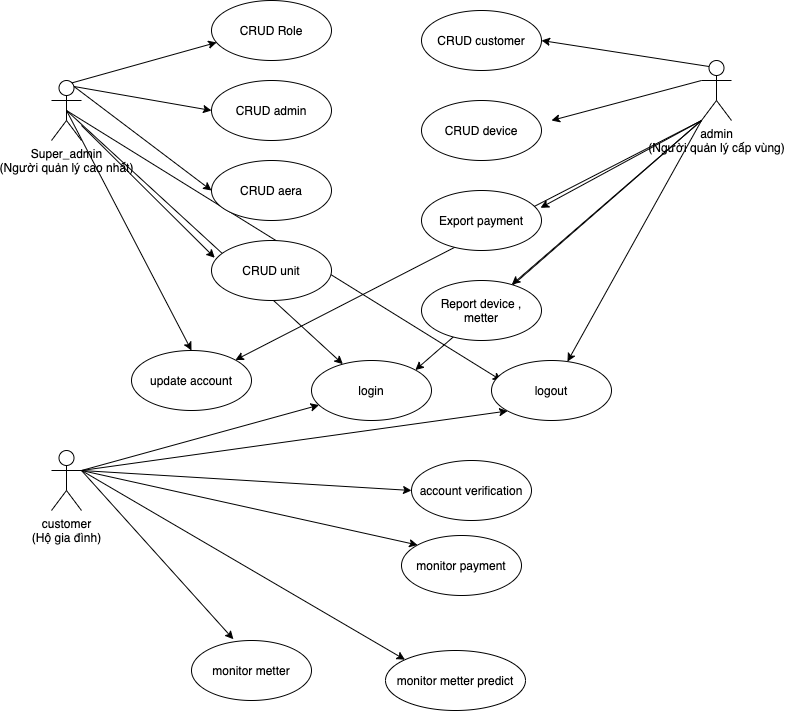
Earlier version of the draw.io export usecase.png (akirakyohei/Smart-Energy-Monitor). Source tidied: cells renumbered, new cells last; positions are measured from the earlier drawing's top-left corner, leaving out a move shared by most shapes.
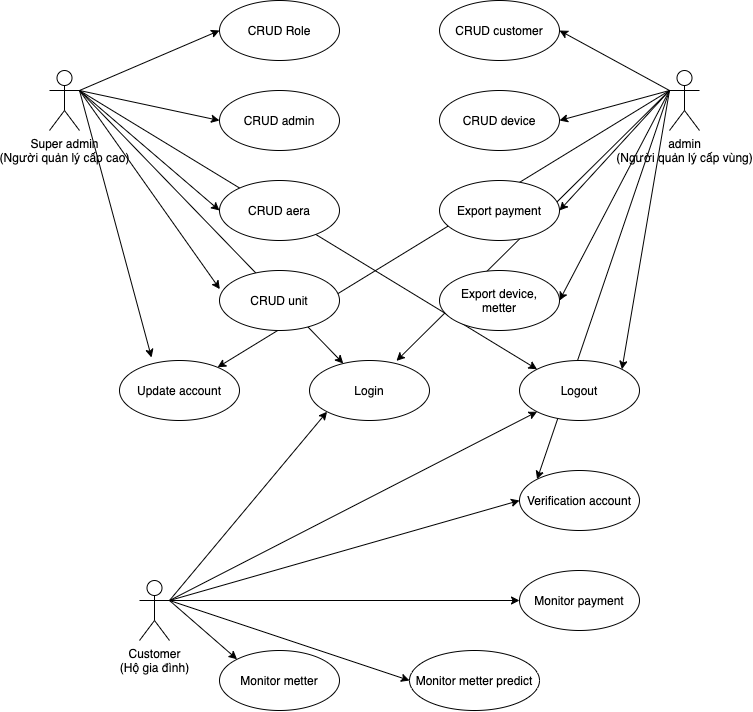
Above is the later version.

Diff of the diagram source:
```diff
@@ -2,121 +2,122 @@
   <root>
     <mxCell id="0" />
     <mxCell id="1" parent="0" />
+    <mxCell id="23" style="edgeStyle=none;html=1;exitX=1;exitY=0.3333333333333333;exitDx=0;exitDy=0;exitPerimeter=0;entryX=0;entryY=0.5;entryDx=0;entryDy=0;" parent="1" edge="1" source="40" target="4">
+      <mxGeometry relative="1" as="geometry" />
+    </mxCell>
+    <mxCell id="24" style="edgeStyle=none;html=1;exitX=1;exitY=0.3333333333333333;exitDx=0;exitDy=0;exitPerimeter=0;entryX=0;entryY=0.5;entryDx=0;entryDy=0;" parent="1" edge="1" source="40" target="5">
+      <mxGeometry relative="1" as="geometry" />
+    </mxCell>
+    <mxCell id="14" style="edgeStyle=none;html=1;exitX=1;exitY=0.3333333333333333;exitDx=0;exitDy=0;exitPerimeter=0;entryX=0;entryY=0.5;entryDx=0;entryDy=0;" parent="1" edge="1" source="40" target="6">
+      <mxGeometry relative="1" as="geometry" />
+    </mxCell>
+    <mxCell id="15" style="edgeStyle=none;html=1;exitX=1;exitY=0.3333333333333333;exitDx=0;exitDy=0;exitPerimeter=0;entryX=0.003;entryY=0.311;entryDx=0;entryDy=0;entryPerimeter=0;" parent="1" edge="1" source="40" target="7">
+      <mxGeometry relative="1" as="geometry" />
+    </mxCell>
+    <mxCell id="16" style="edgeStyle=none;html=1;exitX=1;exitY=0.3333333333333333;exitDx=0;exitDy=0;exitPerimeter=0;entryX=0.267;entryY=-0.05;entryDx=0;entryDy=0;entryPerimeter=0;" parent="1" edge="1" source="40" target="10">
+      <mxGeometry relative="1" as="geometry" />
+    </mxCell>
+    <mxCell id="25" style="edgeStyle=none;html=1;exitX=1;exitY=0.3333333333333333;exitDx=0;exitDy=0;exitPerimeter=0;" parent="1" edge="1" source="40" target="44">
+      <mxGeometry relative="1" as="geometry" />
+    </mxCell>
+    <mxCell id="17" style="edgeStyle=none;html=1;exitX=1;exitY=0.3333333333333333;exitDx=0;exitDy=0;exitPerimeter=0;entryX=0;entryY=0;entryDx=0;entryDy=0;" parent="1" edge="1" source="40" target="21">
+      <mxGeometry relative="1" as="geometry" />
+    </mxCell>
+    <mxCell id="40" value="Super admin&lt;br&gt;(Người quản lý cấp cao)" style="shape=umlActor;verticalLabelPosition=bottom;verticalAlign=top;html=1;outlineConnect=0;" parent="1" vertex="1">
+      <mxGeometry x="-10" y="80" width="30" height="60" as="geometry" />
+    </mxCell>
+    <mxCell id="32" style="edgeStyle=none;html=1;exitX=0;exitY=0.3333333333333333;exitDx=0;exitDy=0;exitPerimeter=0;entryX=1;entryY=0.5;entryDx=0;entryDy=0;" parent="1" edge="1" source="43" target="12">
+      <mxGeometry relative="1" as="geometry" />
+    </mxCell>
+    <mxCell id="41" style="edgeStyle=none;html=1;exitX=0;exitY=0.3333333333333333;exitDx=0;exitDy=0;exitPerimeter=0;entryX=1;entryY=0.5;entryDx=0;entryDy=0;" parent="1" edge="1" source="43" target="8">
+      <mxGeometry relative="1" as="geometry" />
+    </mxCell>
+    <mxCell id="33" style="edgeStyle=none;html=1;exitX=0;exitY=0.3333333333333333;exitDx=0;exitDy=0;exitPerimeter=0;entryX=1;entryY=0.5;entryDx=0;entryDy=0;" parent="1" edge="1" source="43" target="9">
+      <mxGeometry relative="1" as="geometry" />
+    </mxCell>
+    <mxCell id="34" style="edgeStyle=none;html=1;exitX=0;exitY=0.3333333333333333;exitDx=0;exitDy=0;exitPerimeter=0;entryX=1;entryY=0.5;entryDx=0;entryDy=0;" parent="1" edge="1" source="43" target="13">
+      <mxGeometry relative="1" as="geometry" />
+    </mxCell>
+    <mxCell id="35" style="edgeStyle=none;html=1;exitX=0;exitY=0.3333333333333333;exitDx=0;exitDy=0;exitPerimeter=0;entryX=1;entryY=0;entryDx=0;entryDy=0;" parent="1" edge="1" source="43" target="21">
+      <mxGeometry relative="1" as="geometry" />
+    </mxCell>
+    <mxCell id="42" style="edgeStyle=none;html=1;exitX=0;exitY=0.3333333333333333;exitDx=0;exitDy=0;exitPerimeter=0;entryX=0.725;entryY=0.006;entryDx=0;entryDy=0;entryPerimeter=0;" parent="1" edge="1" source="43" target="44">
+      <mxGeometry relative="1" as="geometry" />
+    </mxCell>
+    <mxCell id="36" style="edgeStyle=none;html=1;exitX=0;exitY=0.3333333333333333;exitDx=0;exitDy=0;exitPerimeter=0;" parent="1" edge="1" source="43" target="10">
+      <mxGeometry relative="1" as="geometry" />
+    </mxCell>
-    <mxCell id="2" style="edgeStyle=none;html=1;exitX=0.5;exitY=0.5;exitDx=0;exitDy=0;exitPerimeter=0;entryX=0.083;entryY=0.333;entryDx=0;entryDy=0;entryPerimeter=0;" parent="1" edge="1" source="12" target="38">
+    <mxCell id="2" style="edgeStyle=none;html=1;exitX=0;exitY=0.3333333333333333;exitDx=0;exitDy=0;exitPerimeter=0;entryX=0;entryY=0;entryDx=0;entryDy=0;" parent="1" edge="1" source="43" target="47">
       <mxGeometry relative="1" as="geometry" />
     </mxCell>
-    <mxCell id="3" style="edgeStyle=none;html=1;exitX=0.5;exitY=0.5;exitDx=0;exitDy=0;exitPerimeter=0;" parent="1" edge="1" source="12" target="37">
-      <mxGeometry relative="1" as="geometry" />
-    </mxCell>
+    <mxCell id="43" value="admin&lt;br&gt;(Người quản lý cấp vùng)" style="shape=umlActor;verticalLabelPosition=bottom;verticalAlign=top;html=1;outlineConnect=0;" parent="1" vertex="1">
+      <mxGeometry x="610" y="80" width="30" height="60" as="geometry" />
+    </mxCell>
     <mxCell id="4" value="CRUD Role" style="ellipse;whiteSpace=wrap;html=1;" parent="1" vertex="1">
-      <mxGeometry x="160" width="120" height="60" as="geometry" />
+      <mxGeometry x="160" y="10" width="120" height="60" as="geometry" />
     </mxCell>
     <mxCell id="5" value="CRUD admin" style="ellipse;whiteSpace=wrap;html=1;" parent="1" vertex="1">
-      <mxGeometry x="160" y="80" width="120" height="60" as="geometry" />
+      <mxGeometry x="160" y="100" width="120" height="60" as="geometry" />
     </mxCell>
     <mxCell id="6" value="CRUD aera" style="ellipse;whiteSpace=wrap;html=1;" parent="1" vertex="1">
-      <mxGeometry x="160" y="160" width="120" height="60" as="geometry" />
+      <mxGeometry x="160" y="190" width="120" height="60" as="geometry" />
     </mxCell>
     <mxCell id="7" value="CRUD unit" style="ellipse;whiteSpace=wrap;html=1;" parent="1" vertex="1">
-      <mxGeometry x="160" y="240" width="120" height="60" as="geometry" />
+      <mxGeometry x="160" y="280" width="120" height="60" as="geometry" />
     </mxCell>
+    <mxCell id="12" value="CRUD customer" style="ellipse;whiteSpace=wrap;html=1;" parent="1" vertex="1">
+      <mxGeometry x="380" y="10" width="120" height="60" as="geometry" />
+    </mxCell>
-    <mxCell id="8" style="edgeStyle=none;html=1;exitX=0.25;exitY=0.1;exitDx=0;exitDy=0;exitPerimeter=0;entryX=0.043;entryY=0.699;entryDx=0;entryDy=0;entryPerimeter=0;" parent="1" edge="1" source="12" target="4">
-      <mxGeometry relative="1" as="geometry" />
+    <mxCell id="8" value="CRUD device" style="ellipse;whiteSpace=wrap;html=1;" parent="1" vertex="1">
+      <mxGeometry x="380" y="100" width="120" height="60" as="geometry" />
     </mxCell>
+    <mxCell id="13" value="Export device,&lt;br&gt;metter" style="ellipse;whiteSpace=wrap;html=1;" parent="1" vertex="1">
+      <mxGeometry x="380" y="280" width="120" height="60" as="geometry" />
+    </mxCell>
-    <mxCell id="9" style="edgeStyle=none;html=1;exitX=0.75;exitY=0.1;exitDx=0;exitDy=0;exitPerimeter=0;entryX=0;entryY=0.5;entryDx=0;entryDy=0;" parent="1" edge="1" source="12" target="6">
-      <mxGeometry relative="1" as="geometry" />
+    <mxCell id="9" value="Export payment" style="ellipse;whiteSpace=wrap;html=1;" parent="1" vertex="1">
+      <mxGeometry x="380" y="190" width="120" height="60" as="geometry" />
     </mxCell>
-    <mxCell id="10" style="edgeStyle=none;html=1;exitX=0.75;exitY=0.1;exitDx=0;exitDy=0;exitPerimeter=0;entryX=0;entryY=0.5;entryDx=0;entryDy=0;" parent="1" edge="1" source="12" target="5">
-      <mxGeometry relative="1" as="geometry" />
+    <mxCell id="10" value="Update account" style="ellipse;whiteSpace=wrap;html=1;" parent="1" vertex="1">
+      <mxGeometry x="60" y="370" width="120" height="60" as="geometry" />
     </mxCell>
-    <mxCell id="11" style="edgeStyle=none;html=1;exitX=0.5;exitY=0.5;exitDx=0;exitDy=0;exitPerimeter=0;entryX=0.5;entryY=0;entryDx=0;entryDy=0;" parent="1" edge="1" source="12" target="39">
-      <mxGeometry relative="1" as="geometry" />
-    </mxCell>
-    <mxCell id="12" value="&lt;span&gt;Super_admin&lt;/span&gt;&lt;br&gt;&lt;span&gt;(Người quản lý cao nhất)&lt;/span&gt;" style="shape=umlActor;verticalLabelPosition=bottom;verticalAlign=top;html=1;outlineConnect=0;" parent="1" vertex="1">
-      <mxGeometry y="80" width="30" height="60" as="geometry" />
-    </mxCell>
-    <mxCell id="13" style="edgeStyle=none;html=1;entryX=0.027;entryY=0.288;entryDx=0;entryDy=0;entryPerimeter=0;" parent="1" edge="1" source="12" target="7">
-      <mxGeometry relative="1" as="geometry" />
-    </mxCell>
-    <mxCell id="14" style="edgeStyle=none;html=1;exitX=0.25;exitY=0.1;exitDx=0;exitDy=0;exitPerimeter=0;entryX=1;entryY=0.5;entryDx=0;entryDy=0;" parent="1" edge="1" source="21" target="22">
-      <mxGeometry relative="1" as="geometry" />
-    </mxCell>
-    <mxCell id="15" style="edgeStyle=none;html=1;exitX=0;exitY=0.3333333333333333;exitDx=0;exitDy=0;exitPerimeter=0;" parent="1" edge="1" source="21">
-      <mxGeometry relative="1" as="geometry">
-        <mxPoint x="500" y="120" as="targetPoint" />
-      </mxGeometry>
-    </mxCell>
-    <mxCell id="16" style="edgeStyle=none;html=1;exitX=0;exitY=1;exitDx=0;exitDy=0;exitPerimeter=0;entryX=0.992;entryY=0.288;entryDx=0;entryDy=0;entryPerimeter=0;" parent="1" edge="1" source="21" target="24">
-      <mxGeometry relative="1" as="geometry" />
-    </mxCell>
-    <mxCell id="17" style="edgeStyle=none;html=1;exitX=0;exitY=1;exitDx=0;exitDy=0;exitPerimeter=0;" parent="1" edge="1" source="21" target="25">
-      <mxGeometry relative="1" as="geometry" />
-    </mxCell>
+    <mxCell id="44" value="Login" style="ellipse;whiteSpace=wrap;html=1;" parent="1" vertex="1">
+      <mxGeometry x="250" y="370" width="120" height="60" as="geometry" />
+    </mxCell>
+    <mxCell id="21" value="Logout" style="ellipse;whiteSpace=wrap;html=1;" parent="1" vertex="1">
+      <mxGeometry x="460" y="370" width="120" height="60" as="geometry" />
+    </mxCell>
+    <mxCell id="37" style="edgeStyle=none;html=1;exitX=1;exitY=0.3333333333333333;exitDx=0;exitDy=0;exitPerimeter=0;entryX=0;entryY=1;entryDx=0;entryDy=0;" parent="1" edge="1" source="46" target="44">
+      <mxGeometry relative="1" as="geometry" />
+    </mxCell>
+    <mxCell id="38" style="edgeStyle=none;html=1;exitX=1;exitY=0.3333333333333333;exitDx=0;exitDy=0;exitPerimeter=0;entryX=0;entryY=1;entryDx=0;entryDy=0;" parent="1" edge="1" source="46" target="21">
+      <mxGeometry relative="1" as="geometry" />
+    </mxCell>
+    <mxCell id="45" style="edgeStyle=none;html=1;exitX=1;exitY=0.3333333333333333;exitDx=0;exitDy=0;exitPerimeter=0;entryX=0;entryY=0.5;entryDx=0;entryDy=0;" parent="1" edge="1" source="46" target="47">
+      <mxGeometry relative="1" as="geometry" />
+    </mxCell>
+    <mxCell id="3" style="edgeStyle=none;html=1;exitX=1;exitY=0.3333333333333333;exitDx=0;exitDy=0;exitPerimeter=0;entryX=0;entryY=0.5;entryDx=0;entryDy=0;" parent="1" edge="1" source="46" target="48">
+      <mxGeometry relative="1" as="geometry" />
+    </mxCell>
-    <mxCell id="18" style="edgeStyle=none;html=1;exitX=0;exitY=1;exitDx=0;exitDy=0;exitPerimeter=0;" parent="1" edge="1" source="21" target="38">
+    <mxCell id="18" style="edgeStyle=none;html=1;exitX=1;exitY=0.3333333333333333;exitDx=0;exitDy=0;exitPerimeter=0;entryX=0;entryY=0.5;entryDx=0;entryDy=0;" parent="1" edge="1" source="46" target="49">
       <mxGeometry relative="1" as="geometry" />
     </mxCell>
-    <mxCell id="19" style="edgeStyle=none;html=1;exitX=0;exitY=1;exitDx=0;exitDy=0;exitPerimeter=0;entryX=1;entryY=0;entryDx=0;entryDy=0;" parent="1" edge="1" source="21" target="37">
+    <mxCell id="19" style="edgeStyle=none;html=1;exitX=1;exitY=0.3333333333333333;exitDx=0;exitDy=0;exitPerimeter=0;entryX=0;entryY=0;entryDx=0;entryDy=0;" parent="1" edge="1" source="46" target="22">
       <mxGeometry relative="1" as="geometry" />
     </mxCell>
-    <mxCell id="20" style="edgeStyle=none;html=1;exitX=0;exitY=1;exitDx=0;exitDy=0;exitPerimeter=0;entryX=1;entryY=0;entryDx=0;entryDy=0;" parent="1" edge="1" source="21" target="39">
-      <mxGeometry relative="1" as="geometry" />
-    </mxCell>
-    <mxCell id="21" value="admin&lt;br&gt;(Người quản lý cấp vùng)" style="shape=umlActor;verticalLabelPosition=bottom;verticalAlign=top;html=1;outlineConnect=0;" parent="1" vertex="1">
-      <mxGeometry x="650" y="60" width="30" height="60" as="geometry" />
-    </mxCell>
+    <mxCell id="46" value="Customer&lt;br&gt;(Hộ gia đình)" style="shape=umlActor;verticalLabelPosition=bottom;verticalAlign=top;html=1;outlineConnect=0;" parent="1" vertex="1">
+      <mxGeometry x="80" y="590" width="30" height="60" as="geometry" />
+    </mxCell>
+    <mxCell id="47" value="Verification account" style="ellipse;whiteSpace=wrap;html=1;" parent="1" vertex="1">
+      <mxGeometry x="460" y="480" width="120" height="60" as="geometry" />
+    </mxCell>
+    <mxCell id="48" value="Monitor payment" style="ellipse;whiteSpace=wrap;html=1;" parent="1" vertex="1">
+      <mxGeometry x="460" y="580" width="120" height="60" as="geometry" />
+    </mxCell>
+    <mxCell id="49" value="Monitor metter predict" style="ellipse;whiteSpace=wrap;html=1;" parent="1" vertex="1">
+      <mxGeometry x="350" y="660" width="130" height="60" as="geometry" />
+    </mxCell>
-    <mxCell id="22" value="CRUD customer" style="ellipse;whiteSpace=wrap;html=1;" parent="1" vertex="1">
-      <mxGeometry x="370" y="10" width="120" height="60" as="geometry" />
+    <mxCell id="22" value="Monitor metter" style="ellipse;whiteSpace=wrap;html=1;" parent="1" vertex="1">
+      <mxGeometry x="160" y="660" width="120" height="60" as="geometry" />
     </mxCell>
-    <mxCell id="23" value="CRUD device" style="ellipse;whiteSpace=wrap;html=1;" parent="1" vertex="1">
-      <mxGeometry x="370" y="100" width="120" height="60" as="geometry" />
-    </mxCell>
-    <mxCell id="24" value="Export payment" style="ellipse;whiteSpace=wrap;html=1;" parent="1" vertex="1">
-      <mxGeometry x="370" y="190" width="120" height="60" as="geometry" />
-    </mxCell>
-    <mxCell id="25" value="Report device , metter" style="ellipse;whiteSpace=wrap;html=1;" parent="1" vertex="1">
-      <mxGeometry x="370" y="280" width="120" height="60" as="geometry" />
-    </mxCell>
-    <mxCell id="26" style="edgeStyle=none;html=1;exitX=1;exitY=0.3333333333333333;exitDx=0;exitDy=0;exitPerimeter=0;" parent="1" edge="1" source="32" target="37">
-      <mxGeometry relative="1" as="geometry" />
-    </mxCell>
-    <mxCell id="27" style="edgeStyle=none;html=1;exitX=1;exitY=0.3333333333333333;exitDx=0;exitDy=0;exitPerimeter=0;entryX=0;entryY=1;entryDx=0;entryDy=0;" parent="1" edge="1" source="32" target="38">
-      <mxGeometry relative="1" as="geometry" />
-    </mxCell>
-    <mxCell id="28" style="edgeStyle=none;html=1;exitX=1;exitY=0.3333333333333333;exitDx=0;exitDy=0;exitPerimeter=0;entryX=0;entryY=0.5;entryDx=0;entryDy=0;" parent="1" edge="1" source="32" target="36">
-      <mxGeometry relative="1" as="geometry" />
-    </mxCell>
-    <mxCell id="29" style="edgeStyle=none;html=1;exitX=1;exitY=0.3333333333333333;exitDx=0;exitDy=0;exitPerimeter=0;entryX=0.349;entryY=-0.021;entryDx=0;entryDy=0;entryPerimeter=0;" parent="1" edge="1" source="32" target="33">
-      <mxGeometry relative="1" as="geometry" />
-    </mxCell>
-    <mxCell id="30" style="edgeStyle=none;html=1;exitX=1;exitY=0.3333333333333333;exitDx=0;exitDy=0;exitPerimeter=0;entryX=0;entryY=0;entryDx=0;entryDy=0;" parent="1" edge="1" source="32" target="34">
-      <mxGeometry relative="1" as="geometry" />
-    </mxCell>
-    <mxCell id="31" style="edgeStyle=none;html=1;exitX=1;exitY=0.3333333333333333;exitDx=0;exitDy=0;exitPerimeter=0;entryX=0;entryY=0;entryDx=0;entryDy=0;" parent="1" edge="1" source="32" target="35">
-      <mxGeometry relative="1" as="geometry" />
-    </mxCell>
-    <mxCell id="32" value="customer&lt;br&gt;(Hộ gia đình)" style="shape=umlActor;verticalLabelPosition=bottom;verticalAlign=top;html=1;outlineConnect=0;" parent="1" vertex="1">
-      <mxGeometry y="450" width="30" height="60" as="geometry" />
-    </mxCell>
-    <mxCell id="33" value="monitor metter" style="ellipse;whiteSpace=wrap;html=1;" parent="1" vertex="1">
-      <mxGeometry x="140" y="640" width="120" height="60" as="geometry" />
-    </mxCell>
-    <mxCell id="34" value="monitor payment" style="ellipse;whiteSpace=wrap;html=1;" parent="1" vertex="1">
-      <mxGeometry x="350" y="535" width="120" height="60" as="geometry" />
-    </mxCell>
-    <mxCell id="35" value="monitor metter predict" style="ellipse;whiteSpace=wrap;html=1;" parent="1" vertex="1">
-      <mxGeometry x="334" y="650" width="140" height="60" as="geometry" />
-    </mxCell>
-    <mxCell id="36" value="account verification" style="ellipse;whiteSpace=wrap;html=1;" parent="1" vertex="1">
-      <mxGeometry x="360" y="460" width="120" height="60" as="geometry" />
-    </mxCell>
-    <mxCell id="37" value="login" style="ellipse;whiteSpace=wrap;html=1;" parent="1" vertex="1">
-      <mxGeometry x="260" y="360" width="120" height="60" as="geometry" />
-    </mxCell>
-    <mxCell id="38" value="logout" style="ellipse;whiteSpace=wrap;html=1;" parent="1" vertex="1">
-      <mxGeometry x="440" y="360" width="120" height="60" as="geometry" />
-    </mxCell>
-    <mxCell id="39" value="update account" style="ellipse;whiteSpace=wrap;html=1;" parent="1" vertex="1">
-      <mxGeometry x="80" y="350" width="120" height="60" as="geometry" />
-    </mxCell>
   </root>
 </mxGraphModel>
```
